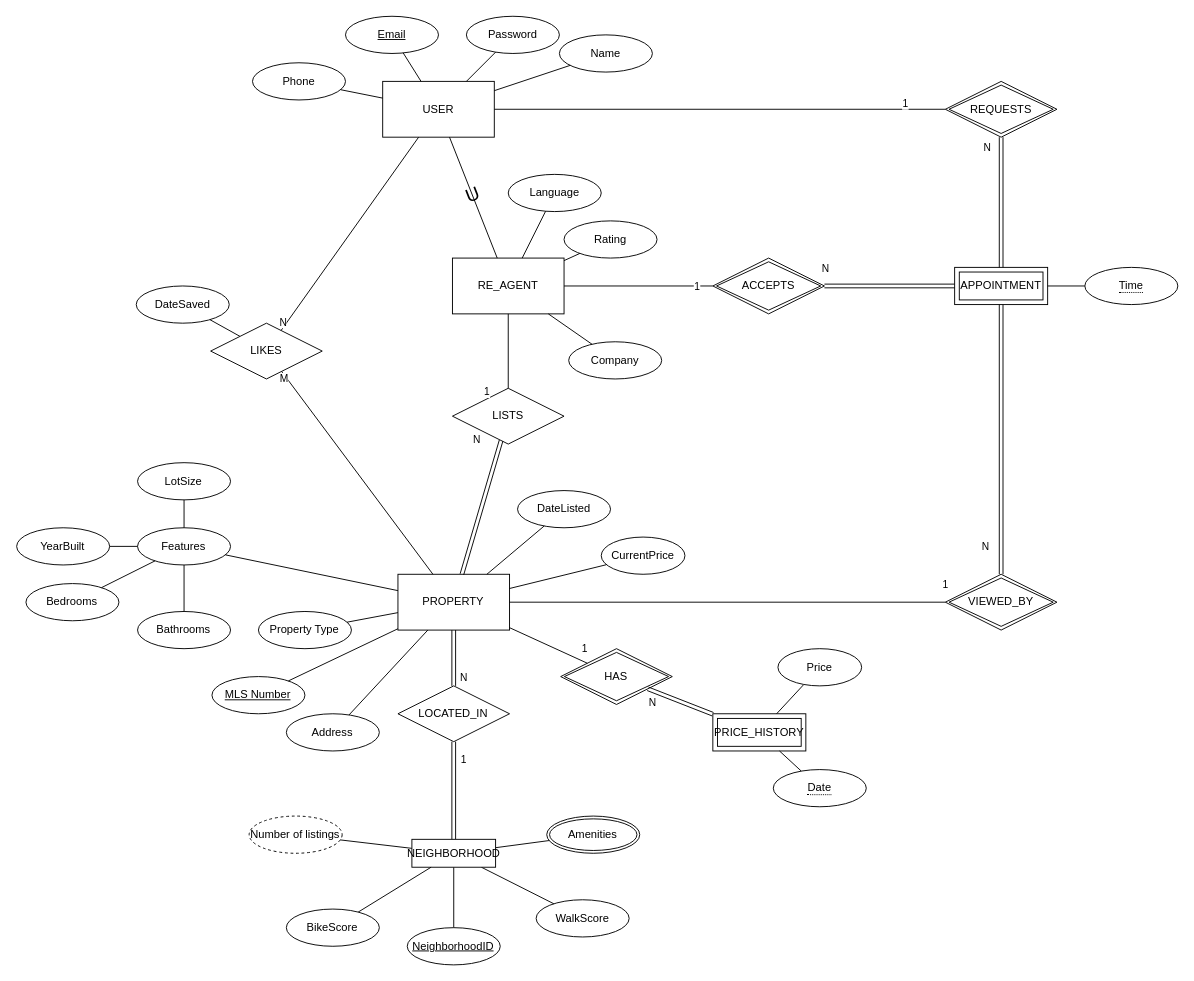
This is page "EER V2" (2 of 4) of Proposal/608-project-diagrams.drawio from WillKNguyen/608-607Project, a draw.io file, before an edit. Source tidied: cells renumbered, new cells numbered last; positions are measured from the earlier drawing's top-left corner, leaving out a move shared by most shapes. Both pictures are drawn from the tidied source at 93%, with x=0, y=0 at pixel (16, 16).
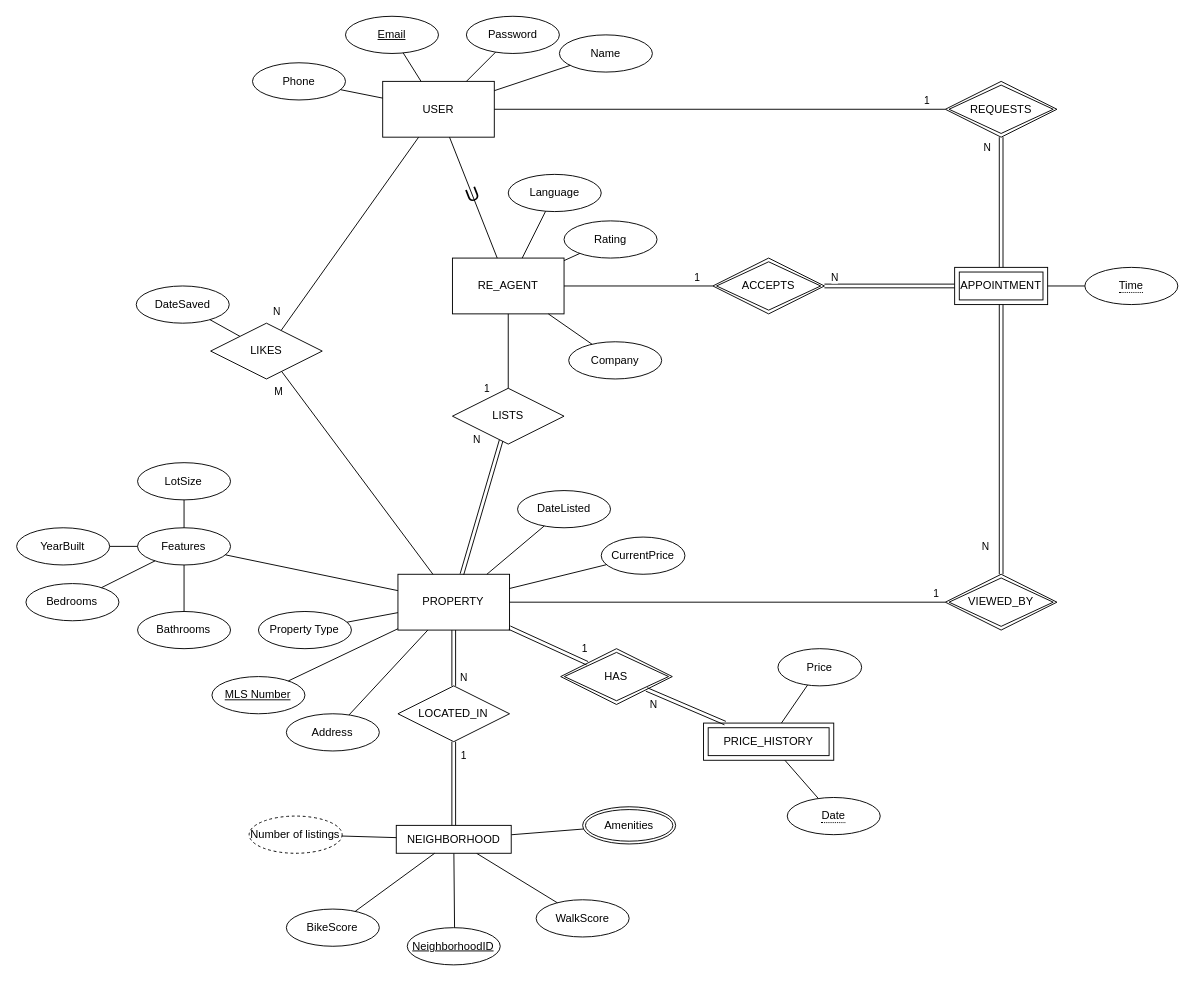
Above is the later version.

Unchanged cells that the change refers to:
```xml
<mxCell id="4" value="PROPERTY" style="rounded=0;whiteSpace=wrap;html=1;" parent="1" vertex="1">
  <mxGeometry x="410.4" y="600" width="120" height="60" as="geometry" />
</mxCell>
<mxCell id="12" style="endArrow=none;html=1;rounded=0;" parent="1" edge="1" source="9" target="3">
  <mxGeometry relative="1" as="geometry" />
</mxCell>
<mxCell id="14" value="HAS" style="shape=rhombus;double=1;perimeter=rhombusPerimeter;whiteSpace=wrap;html=1;align=center;" parent="1" vertex="1">
  <mxGeometry x="585.4" y="680" width="120" height="60" as="geometry" />
</mxCell>
<mxCell id="26" style="endArrow=none;html=1;rounded=0;" parent="1" edge="1" source="76" target="2">
  <mxGeometry relative="1" as="geometry" />
</mxCell>
<mxCell id="74" style="endArrow=none;html=1;rounded=0;" parent="1" edge="1" source="76" target="4">
  <mxGeometry relative="1" as="geometry" />
</mxCell>
<mxCell id="77" style="endArrow=none;html=1;rounded=0;" parent="1" edge="1" source="3" target="82">
  <mxGeometry relative="1" as="geometry" />
</mxCell>
<mxCell id="79" style="endArrow=none;html=1;rounded=0;" parent="1" edge="1" source="83" target="2">
  <mxGeometry relative="1" as="geometry" />
</mxCell>
<mxCell id="87" style="endArrow=none;html=1;rounded=0;" parent="1" edge="1" source="4" target="86">
  <mxGeometry relative="1" as="geometry" />
</mxCell>
<mxCell id="93" style="endArrow=none;html=1;rounded=0;shape=link;" parent="1" edge="1" source="81" target="82">
  <mxGeometry relative="1" as="geometry" />
</mxCell>
```

Change to the diagram source:
```diff
@@
     <mxCell id="6" value="PRICE_HISTORY" style="shape=ext;margin=3;double=1;whiteSpace=wrap;html=1;align=center;" parent="1" vertex="1">
-      <mxGeometry x="749" y="750" width="100" height="40" as="geometry" />
+      <mxGeometry x="739" y="760" width="140" height="40" as="geometry" />
     </mxCell>
@@
     <mxCell id="13" value="1" style="edgeLabel;html=1;align=center;verticalAlign=middle;" parent="12" vertex="1">
       <mxGeometry x="0.57" relative="1" as="geometry">
-        <mxPoint x="-24" y="66" as="offset" />
+        <mxPoint x="-24" y="63" as="offset" />
       </mxGeometry>
     </mxCell>
@@
     <mxCell id="21" value="Amenities" style="ellipse;shape=doubleEllipse;margin=3;whiteSpace=wrap;html=1;align=center;" parent="1" vertex="1">
-      <mxGeometry x="570.4" y="860" width="100" height="40" as="geometry" />
+      <mxGeometry x="609" y="850" width="100" height="40" as="geometry" />
     </mxCell>
@@
     <mxCell id="27" value="N" style="edgeLabel;html=1;align=center;verticalAlign=middle;" parent="26" vertex="1">
-      <mxGeometry x="-0.93" y="4" relative="1" as="geometry" />
+      <mxGeometry x="-0.93" y="4" relative="1" as="geometry">
+        <mxPoint x="-7" y="-11" as="offset" />
+      </mxGeometry>
     </mxCell>
@@
     <mxCell id="63" value="&lt;span style=&quot;border-bottom: 1px dotted&quot;&gt;Date&lt;/span&gt;" style="ellipse;whiteSpace=wrap;html=1;align=center;" parent="1" vertex="1">
-      <mxGeometry x="814" y="810" width="100" height="40" as="geometry" />
+      <mxGeometry x="829" y="840" width="100" height="40" as="geometry" />
     </mxCell>
@@
     <mxCell id="65" value="NEIGHBORHOOD" style="html=1;" parent="1" vertex="1">
-      <mxGeometry x="425.4" y="885" width="90" height="30" as="geometry" />
+      <mxGeometry x="408.6" y="870" width="123.6" height="30" as="geometry" />
     </mxCell>
@@
-    <mxCell id="72" style="endArrow=none;html=1;rounded=0;" parent="1" edge="1" source="14" target="4">
+    <mxCell id="72" style="endArrow=none;html=1;rounded=0;shape=link;" parent="1" edge="1" source="14" target="4">
       <mxGeometry relative="1" as="geometry" />
     </mxCell>
@@
     <mxCell id="75" value="M" style="edgeLabel;html=1;align=center;verticalAlign=middle;" parent="74" vertex="1">
-      <mxGeometry x="-0.95" y="-3" relative="1" as="geometry" />
+      <mxGeometry x="-0.95" y="-3" relative="1" as="geometry">
+        <mxPoint x="-6" y="14" as="offset" />
+      </mxGeometry>
     </mxCell>
@@
     <mxCell id="78" value="1" style="edgeLabel;html=1;align=center;verticalAlign=middle;" parent="77" vertex="1">
-      <mxGeometry x="0.78" relative="1" as="geometry" />
+      <mxGeometry x="0.78" relative="1" as="geometry">
+        <mxPoint y="-10" as="offset" />
+      </mxGeometry>
     </mxCell>
@@
     <mxCell id="80" value="1" style="edgeLabel;html=1;align=center;verticalAlign=middle;" parent="79" vertex="1">
       <mxGeometry x="-0.82" y="3" relative="1" as="geometry">
-        <mxPoint y="-10" as="offset" />
+        <mxPoint x="23" y="-13" as="offset" />
       </mxGeometry>
     </mxCell>
@@
     <mxCell id="88" value="1" style="edgeLabel;html=1;align=center;verticalAlign=middle;" parent="87" vertex="1">
       <mxGeometry x="0.73" relative="1" as="geometry">
-        <mxPoint x="63" y="-20" as="offset" />
+        <mxPoint x="53" y="-10" as="offset" />
       </mxGeometry>
     </mxCell>
@@
     <mxCell id="94" value="N" style="edgeLabel;html=1;align=center;verticalAlign=middle;" parent="93" vertex="1">
       <mxGeometry x="0.51" y="-1" relative="1" as="geometry">
-        <mxPoint x="-34" y="-19" as="offset" />
+        <mxPoint x="-24" y="-9" as="offset" />
       </mxGeometry>
     </mxCell>
```
